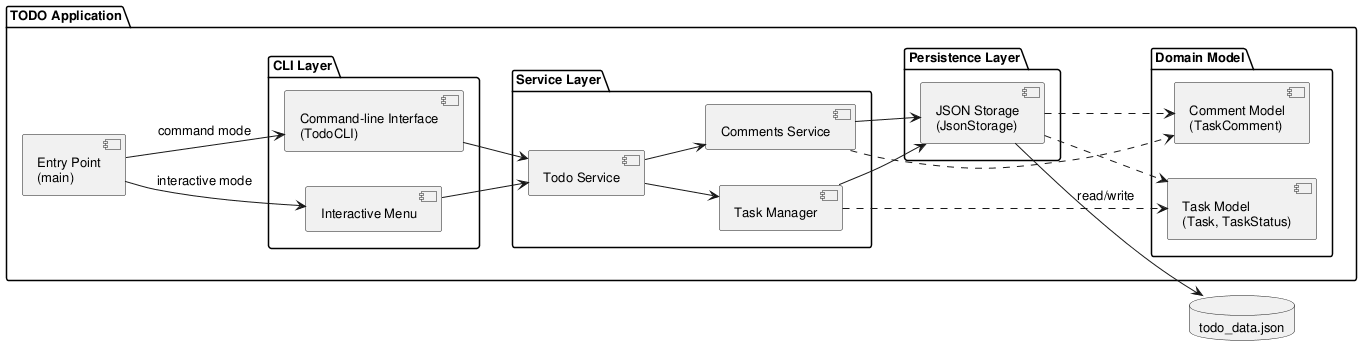
Above: experiments/supervisor_as_tools/structured_text/TODO/artifacts/component_diagram.png in DanielRiha8906/Software_autoevolution_using_agents (PlantUML), before the change.
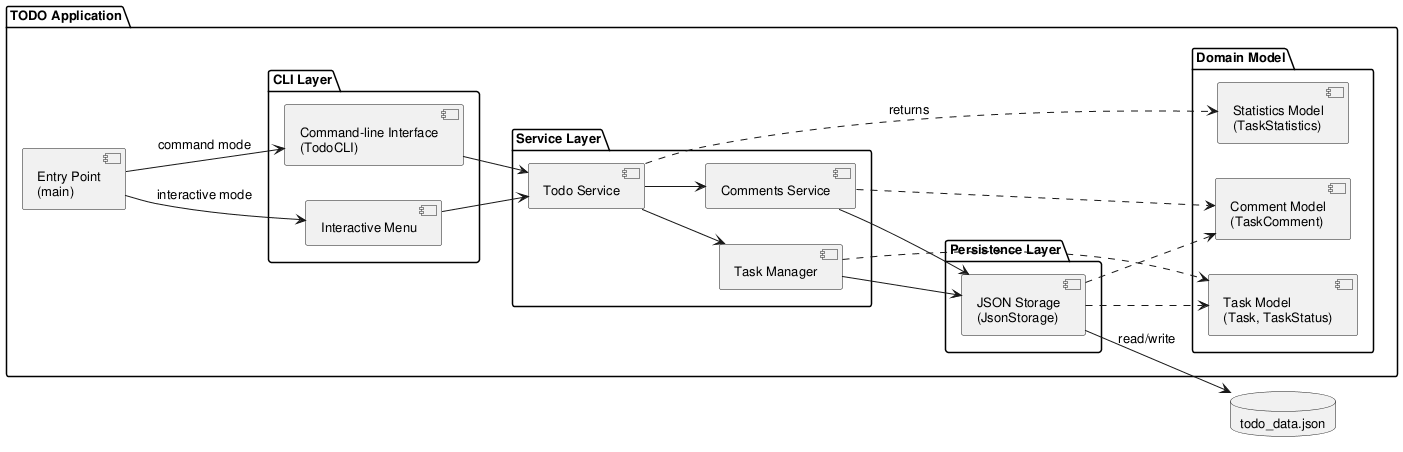
Above is the later version.

What changed in the source:
```diff
@@ -23,6 +23,7 @@
     package "Domain Model" {
         component "Task Model\n(Task, TaskStatus)" as Model
         component "Comment Model\n(TaskComment)" as CommentModel
+        component "Statistics Model\n(TaskStatistics)" as StatsModel
     }
 
     package "Persistence Layer" {
@@ -40,6 +41,7 @@
 
 SVC --> MGR
 SVC --> COM
+SVC ..> StatsModel : returns
 MGR --> Storage
 MGR ..> Model
 COM --> Storage
```
